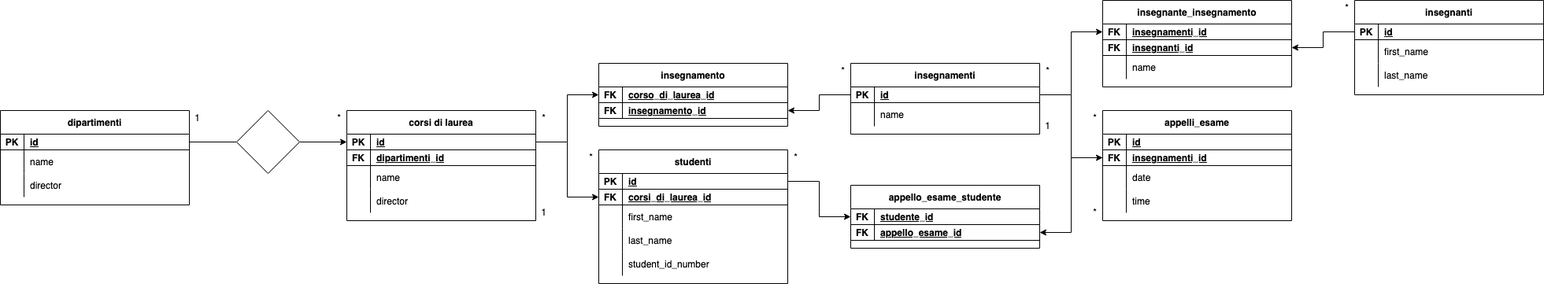
Before: Untitled Diagram.drawio.png, a diagram exported from draw.io (marcodeiulio/db-university). Source tidied: cells renumbered, new cells last; positions are measured from the earlier drawing's top-left corner, leaving out a move shared by most shapes.
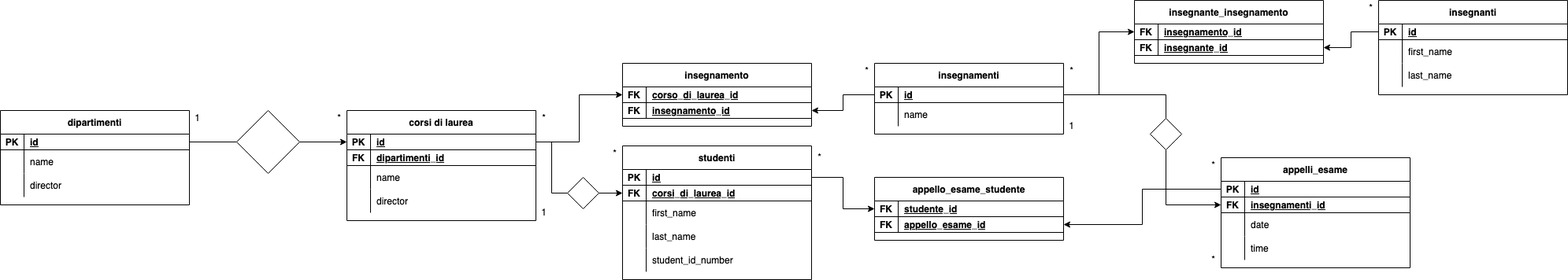
After the commit.

Commit message:
- Fixed relations - Added .drawio format

The edit, as a diff of the source:
```diff
@@ -87,7 +87,7 @@
       <mxGeometry x="420" y="140" width="20" height="20" as="geometry" />
     </mxCell>
     <mxCell id="30" value="insegnamenti" style="shape=table;startSize=30;rowLines=0;fontStyle=1;align=center;" parent="1" vertex="1">
-      <mxGeometry x="1080" y="80" width="240" height="90" as="geometry" />
+      <mxGeometry x="1110" y="80" width="240" height="90" as="geometry" />
     </mxCell>
     <mxCell id="31" style="shape=partialRectangle;fillColor=none;points=[[0,0.5],[1,0.5]];portConstraint=eastwest;top=0;left=0;right=0;bottom=1;" parent="30" vertex="1">
       <mxGeometry y="30" width="240" height="20" as="geometry" />
@@ -108,7 +108,7 @@
       <mxGeometry x="30" width="210" height="30" as="geometry" />
     </mxCell>
     <mxCell id="37" value="insegnamento" style="shape=table;startSize=30;rowLines=0;fontStyle=1;align=center;" parent="1" vertex="1">
-      <mxGeometry x="760" y="80" width="240" height="80" as="geometry" />
+      <mxGeometry x="790" y="80" width="240" height="80" as="geometry" />
     </mxCell>
     <mxCell id="38" style="shape=partialRectangle;fillColor=none;points=[[0,0.5],[1,0.5]];portConstraint=eastwest;top=0;left=0;right=0;bottom=1;" parent="37" vertex="1">
       <mxGeometry y="30" width="240" height="20" as="geometry" />
@@ -138,10 +138,10 @@
       <mxGeometry x="680" y="140" width="20" height="20" as="geometry" />
     </mxCell>
     <mxCell id="47" value="*" style="text;html=1;align=center;verticalAlign=middle;strokeColor=none;fillColor=none;" parent="1" vertex="1">
-      <mxGeometry x="1060" y="80" width="20" height="20" as="geometry" />
+      <mxGeometry x="1090" y="80" width="20" height="20" as="geometry" />
     </mxCell>
     <mxCell id="48" value="insegnante_insegnamento" style="shape=table;startSize=30;rowLines=0;fontStyle=1;align=center;" parent="1" vertex="1">
-      <mxGeometry x="1400" width="240" height="110" as="geometry" />
+      <mxGeometry x="1440" width="240" height="80" as="geometry" />
     </mxCell>
     <mxCell id="49" style="shape=partialRectangle;fillColor=none;points=[[0,0.5],[1,0.5]];portConstraint=eastwest;top=0;left=0;right=0;bottom=1;" parent="48" vertex="1">
       <mxGeometry y="30" width="240" height="20" as="geometry" />
@@ -149,7 +149,7 @@
     <mxCell id="50" value="FK" style="shape=partialRectangle;overflow=hidden;fillColor=none;top=0;left=0;bottom=0;right=0;fontStyle=1;" parent="49" vertex="1">
       <mxGeometry width="30" height="20" as="geometry" />
     </mxCell>
-    <mxCell id="51" value="insegnamenti_id" style="shape=partialRectangle;overflow=hidden;fillColor=none;top=0;left=0;bottom=0;right=0;align=left;spacingLeft=6;fontStyle=5;" parent="49" vertex="1">
+    <mxCell id="51" value="insegnamento_id" style="shape=partialRectangle;overflow=hidden;fillColor=none;top=0;left=0;bottom=0;right=0;align=left;spacingLeft=6;fontStyle=5;" parent="49" vertex="1">
       <mxGeometry x="30" width="210" height="20" as="geometry" />
     </mxCell>
     <mxCell id="52" style="shape=partialRectangle;fillColor=none;points=[[0,0.5],[1,0.5]];portConstraint=eastwest;top=0;left=0;right=0;bottom=1;" parent="48" vertex="1">
@@ -158,20 +158,11 @@
     <mxCell id="53" value="FK" style="shape=partialRectangle;overflow=hidden;fillColor=none;top=0;left=0;bottom=0;right=0;fontStyle=1;" parent="52" vertex="1">
       <mxGeometry width="30" height="20" as="geometry" />
     </mxCell>
-    <mxCell id="54" value="insegnanti_id" style="shape=partialRectangle;overflow=hidden;fillColor=none;top=0;left=0;bottom=0;right=0;align=left;spacingLeft=6;fontStyle=5;" parent="52" vertex="1">
+    <mxCell id="54" value="insegnante_id" style="shape=partialRectangle;overflow=hidden;fillColor=none;top=0;left=0;bottom=0;right=0;align=left;spacingLeft=6;fontStyle=5;" parent="52" vertex="1">
       <mxGeometry x="30" width="210" height="20" as="geometry" />
     </mxCell>
-    <mxCell id="55" style="shape=partialRectangle;fillColor=none;top=0;left=0;right=0;bottom=0;" parent="48" vertex="1">
-      <mxGeometry y="70" width="240" height="30" as="geometry" />
-    </mxCell>
-    <mxCell id="56" style="shape=partialRectangle;overflow=hidden;fillColor=none;top=0;left=0;bottom=0;right=0;" parent="55" vertex="1">
-      <mxGeometry width="30" height="30" as="geometry" />
-    </mxCell>
-    <mxCell id="57" value="name" style="shape=partialRectangle;overflow=hidden;fillColor=none;top=0;left=0;bottom=0;right=0;align=left;spacingLeft=6;" parent="55" vertex="1">
-      <mxGeometry x="30" width="210" height="30" as="geometry" />
-    </mxCell>
     <mxCell id="58" value="insegnanti" style="shape=table;startSize=30;rowLines=0;fontStyle=1;align=center;" parent="1" vertex="1">
-      <mxGeometry x="1720" width="240" height="120" as="geometry" />
+      <mxGeometry x="1750" width="240" height="120" as="geometry" />
     </mxCell>
     <mxCell id="59" style="shape=partialRectangle;fillColor=none;points=[[0,0.5],[1,0.5]];portConstraint=eastwest;top=0;left=0;right=0;bottom=1;" parent="58" vertex="1">
       <mxGeometry y="30" width="240" height="20" as="geometry" />
@@ -207,13 +198,13 @@
       <mxGeometry relative="1" as="geometry" />
     </mxCell>
     <mxCell id="70" value="*" style="text;html=1;align=center;verticalAlign=middle;strokeColor=none;fillColor=none;" parent="1" vertex="1">
-      <mxGeometry x="1320" y="80" width="20" height="20" as="geometry" />
+      <mxGeometry x="1350" y="80" width="20" height="20" as="geometry" />
     </mxCell>
     <mxCell id="71" value="*" style="text;html=1;align=center;verticalAlign=middle;strokeColor=none;fillColor=none;" parent="1" vertex="1">
-      <mxGeometry x="1700" width="20" height="20" as="geometry" />
+      <mxGeometry x="1730" width="20" height="20" as="geometry" />
     </mxCell>
     <mxCell id="72" value="appelli_esame" style="shape=table;startSize=30;rowLines=0;fontStyle=1;align=center;" parent="1" vertex="1">
-      <mxGeometry x="1400" y="140" width="240" height="140" as="geometry" />
+      <mxGeometry x="1550" y="200" width="240" height="140" as="geometry" />
     </mxCell>
     <mxCell id="73" style="shape=partialRectangle;fillColor=none;points=[[0,0.5],[1,0.5]];portConstraint=eastwest;top=0;left=0;right=0;bottom=1;" parent="72" vertex="1">
       <mxGeometry y="30" width="240" height="20" as="geometry" />
@@ -251,17 +242,11 @@
     <mxCell id="84" value="time" style="shape=partialRectangle;overflow=hidden;fillColor=none;top=0;left=0;bottom=0;right=0;align=left;spacingLeft=6;" parent="82" vertex="1">
       <mxGeometry x="30" width="210" height="30" as="geometry" />
     </mxCell>
-    <mxCell id="85" style="edgeStyle=orthogonalEdgeStyle;rounded=0;jettySize=auto;html=1;" parent="1" edge="1" source="31" target="76">
-      <mxGeometry relative="1" as="geometry" />
-    </mxCell>
-    <mxCell id="86" value="1" style="text;html=1;align=center;verticalAlign=middle;strokeColor=none;fillColor=none;" parent="1" vertex="1">
-      <mxGeometry x="1320" y="150" width="20" height="20" as="geometry" />
-    </mxCell>
     <mxCell id="87" value="*" style="text;html=1;align=center;verticalAlign=middle;strokeColor=none;fillColor=none;" parent="1" vertex="1">
-      <mxGeometry x="1380" y="140" width="20" height="20" as="geometry" />
+      <mxGeometry x="1530" y="200" width="20" height="20" as="geometry" />
     </mxCell>
     <mxCell id="88" value="studenti" style="shape=table;startSize=30;rowLines=0;fontStyle=1;align=center;" parent="1" vertex="1">
-      <mxGeometry x="760" y="190" width="240" height="170" as="geometry" />
+      <mxGeometry x="790" y="185" width="240" height="170" as="geometry" />
     </mxCell>
     <mxCell id="89" style="shape=partialRectangle;fillColor=none;points=[[0,0.5],[1,0.5]];portConstraint=eastwest;top=0;left=0;right=0;bottom=1;" parent="88" vertex="1">
       <mxGeometry y="30" width="240" height="20" as="geometry" />
@@ -308,11 +293,11 @@
     <mxCell id="103" value="student_id_number" style="shape=partialRectangle;overflow=hidden;fillColor=none;top=0;left=0;bottom=0;right=0;align=left;spacingLeft=6;" parent="101" vertex="1">
       <mxGeometry x="30" width="210" height="30" as="geometry" />
     </mxCell>
-    <mxCell id="104" style="edgeStyle=orthogonalEdgeStyle;rounded=0;jettySize=auto;html=1;entryX=0;entryY=0.5;entryDx=0;entryDy=0;" parent="1" edge="1" source="13" target="92">
+    <mxCell id="104" style="edgeStyle=orthogonalEdgeStyle;rounded=0;jettySize=auto;html=1;entryX=0;entryY=0.5;entryDx=0;entryDy=0;startArrow=none;" parent="1" edge="1" source="118" target="92">
       <mxGeometry relative="1" as="geometry" />
     </mxCell>
     <mxCell id="105" value="appello_esame_studente" style="shape=table;startSize=30;rowLines=0;fontStyle=1;align=center;" parent="1" vertex="1">
-      <mxGeometry x="1080" y="235" width="240" height="80" as="geometry" />
+      <mxGeometry x="1110" y="225" width="240" height="80" as="geometry" />
     </mxCell>
     <mxCell id="106" style="shape=partialRectangle;fillColor=none;points=[[0,0.5],[1,0.5]];portConstraint=eastwest;top=0;left=0;right=0;bottom=1;" parent="105" vertex="1">
       <mxGeometry y="30" width="240" height="20" as="geometry" />
@@ -332,9 +317,6 @@
     <mxCell id="111" value="appello_esame_id" style="shape=partialRectangle;overflow=hidden;fillColor=none;top=0;left=0;bottom=0;right=0;align=left;spacingLeft=6;fontStyle=5;" parent="109" vertex="1">
       <mxGeometry x="30" width="210" height="20" as="geometry" />
     </mxCell>
-    <mxCell id="112" style="edgeStyle=orthogonalEdgeStyle;rounded=0;jettySize=auto;html=1;entryX=1;entryY=0.5;entryDx=0;entryDy=0;" parent="1" edge="1" source="76" target="109">
-      <mxGeometry relative="1" as="geometry" />
-    </mxCell>
     <mxCell id="113" style="edgeStyle=orthogonalEdgeStyle;rounded=0;jettySize=auto;html=1;entryX=0;entryY=0.5;entryDx=0;entryDy=0;" parent="1" edge="1" source="89" target="106">
       <mxGeometry relative="1" as="geometry" />
     </mxCell>
@@ -342,13 +324,38 @@
       <mxGeometry x="680" y="260" width="20" height="20" as="geometry" />
     </mxCell>
     <mxCell id="115" value="*" style="text;html=1;align=center;verticalAlign=middle;strokeColor=none;fillColor=none;" parent="1" vertex="1">
-      <mxGeometry x="740" y="190" width="20" height="20" as="geometry" />
+      <mxGeometry x="770" y="185" width="20" height="20" as="geometry" />
     </mxCell>
     <mxCell id="116" value="*" style="text;html=1;align=center;verticalAlign=middle;strokeColor=none;fillColor=none;" parent="1" vertex="1">
-      <mxGeometry x="1000" y="190" width="20" height="20" as="geometry" />
+      <mxGeometry x="1030" y="190" width="20" height="20" as="geometry" />
     </mxCell>
     <mxCell id="117" value="*" style="text;html=1;align=center;verticalAlign=middle;strokeColor=none;fillColor=none;" parent="1" vertex="1">
-      <mxGeometry x="1380" y="260" width="20" height="20" as="geometry" />
+      <mxGeometry x="1530" y="320" width="20" height="20" as="geometry" />
     </mxCell>
+    <mxCell id="118" style="rhombus;whiteSpace=wrap;html=1;" parent="1" vertex="1">
+      <mxGeometry x="720" y="225" width="40" height="40" as="geometry" />
+    </mxCell>
+    <mxCell id="119" style="edgeStyle=orthogonalEdgeStyle;rounded=0;jettySize=auto;html=1;entryX=0;entryY=0.5;entryDx=0;entryDy=0;endArrow=none;" parent="1" edge="1" source="13" target="118">
+      <mxGeometry relative="1" as="geometry" />
+    </mxCell>
+    <mxCell id="86" value="1" style="text;html=1;align=center;verticalAlign=middle;strokeColor=none;fillColor=none;" parent="1" vertex="1">
+      <mxGeometry x="1350" y="150" width="20" height="20" as="geometry" />
+    </mxCell>
+    <mxCell id="120" style="edgeStyle=orthogonalEdgeStyle;rounded=0;jettySize=auto;html=1;entryX=1;entryY=0.5;entryDx=0;entryDy=0;" parent="1" edge="1" source="73" target="109">
+      <mxGeometry relative="1" as="geometry" />
+    </mxCell>
+    <mxCell id="121" style="edgeStyle=orthogonalEdgeStyle;rounded=0;jettySize=auto;html=1;entryX=0;entryY=0.5;entryDx=0;entryDy=0;startArrow=none;exitX=0.5;exitY=1;exitDx=0;exitDy=0;" parent="1" edge="1" source="122" target="76">
+      <mxGeometry relative="1" as="geometry">
+        <Array as="points">
+          <mxPoint x="1480" y="260" />
+        </Array>
+      </mxGeometry>
+    </mxCell>
+    <mxCell id="122" style="rhombus;whiteSpace=wrap;html=1;" parent="1" vertex="1">
+      <mxGeometry x="1460" y="150" width="40" height="40" as="geometry" />
+    </mxCell>
+    <mxCell id="123" style="edgeStyle=orthogonalEdgeStyle;rounded=0;jettySize=auto;html=1;endArrow=none;entryX=0.5;entryY=0;entryDx=0;entryDy=0;" parent="1" edge="1" source="31" target="122">
+      <mxGeometry relative="1" as="geometry" />
+    </mxCell>
   </root>
 </mxGraphModel>
```
